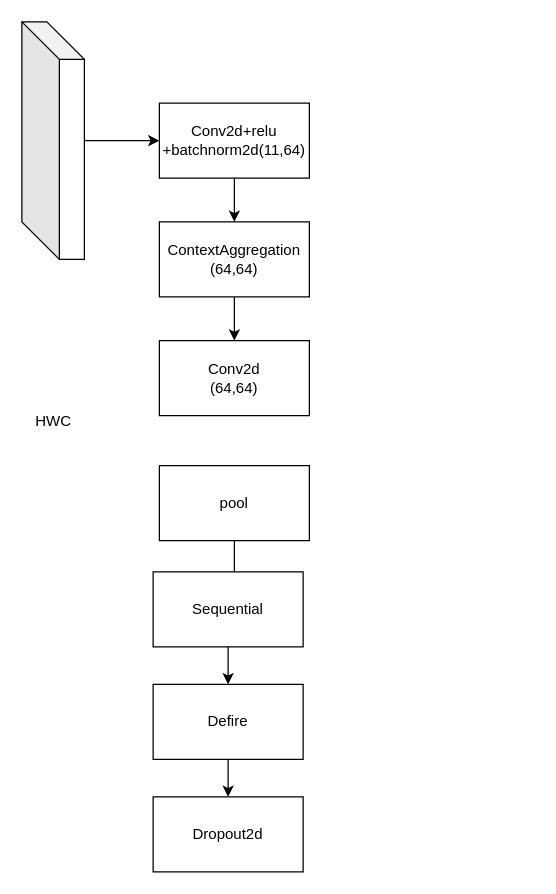
Before: 未命名绘图.drawio in LB157/PhotoLibrary, a draw.io diagram. Source tidied: cells renumbered, new cells numbered last; positions are measured from the earlier drawing's top-left corner, leaving out a move shared by most shapes. Both pictures are drawn from the tidied source at 125%, with x=0, y=0 at pixel (21, 21).
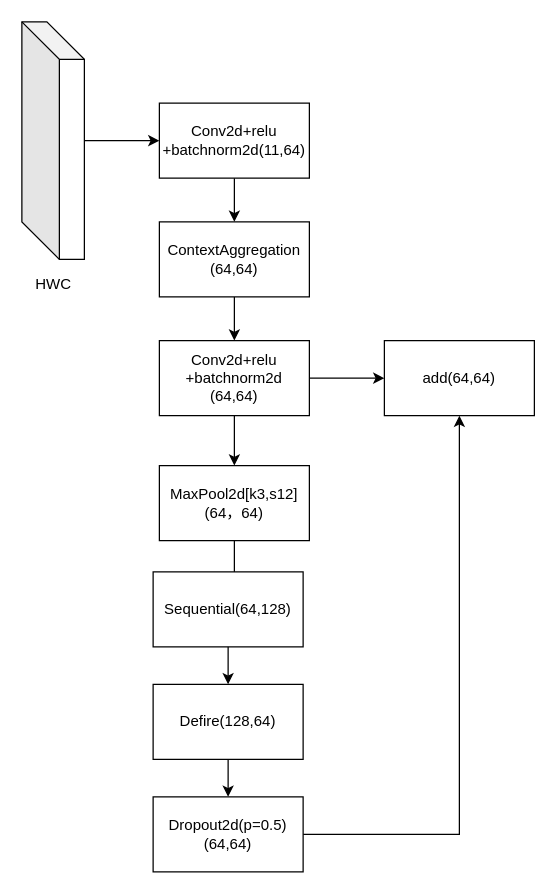
Above is the later version.

Commit message:
特征提取头.drawio

Diff of the diagram source:
```diff
@@
 <mxGraphModel>
   <root>
     <mxCell id="0" />
     <mxCell id="1" parent="0" />
     <mxCell id="2" style="edgeStyle=orthogonalEdgeStyle;rounded=0;jettySize=auto;html=1;" parent="1" edge="1" source="3" target="6">
       <mxGeometry relative="1" as="geometry" />
     </mxCell>
     <mxCell id="3" style="shape=cube;whiteSpace=wrap;html=1;boundedLbl=1;backgroundOutline=1;darkOpacity=0.05;darkOpacity2=0.1;rotation=0;size=30;" parent="1" vertex="1">
       <mxGeometry width="50" height="190" as="geometry" />
     </mxCell>
     <mxCell id="4" value="HWC" style="text;html=1;align=center;verticalAlign=middle;strokeColor=none;fillColor=none;" parent="1" vertex="1">
-      <mxGeometry y="305" width="50" height="30" as="geometry" />
+      <mxGeometry y="195" width="50" height="30" as="geometry" />
     </mxCell>
     <mxCell id="5" style="edgeStyle=orthogonalEdgeStyle;rounded=0;jettySize=auto;html=1;" parent="1" edge="1" source="6" target="8">
       <mxGeometry relative="1" as="geometry" />
     </mxCell>
     <mxCell id="6" value="Conv2d+relu&lt;br&gt;+batchnorm2d(11,64)" style="whiteSpace=wrap;html=1;" parent="1" vertex="1">
       <mxGeometry x="110" y="65" width="120" height="60" as="geometry" />
     </mxCell>
     <mxCell id="7" style="edgeStyle=orthogonalEdgeStyle;rounded=0;jettySize=auto;html=1;" parent="1" edge="1" source="8" target="9">
       <mxGeometry relative="1" as="geometry" />
     </mxCell>
     <mxCell id="8" value="ContextAggregation&lt;br&gt;(64,64)" style="whiteSpace=wrap;html=1;" parent="1" vertex="1">
       <mxGeometry x="110" y="160" width="120" height="60" as="geometry" />
     </mxCell>
+    <mxCell id="16" style="edgeStyle=orthogonalEdgeStyle;rounded=0;jettySize=auto;html=1;" parent="1" edge="1" source="9" target="11">
+      <mxGeometry relative="1" as="geometry" />
+    </mxCell>
+    <mxCell id="17" style="edgeStyle=orthogonalEdgeStyle;rounded=0;jettySize=auto;html=1;entryX=0;entryY=0.5;entryDx=0;entryDy=0;" parent="1" edge="1" source="9" target="19">
+      <mxGeometry relative="1" as="geometry" />
+    </mxCell>
-    <mxCell id="9" value="Conv2d&lt;br&gt;(64,64)" style="whiteSpace=wrap;html=1;" parent="1" vertex="1">
+    <mxCell id="9" value="Conv2d+relu&lt;br&gt;+batchnorm2d&lt;br&gt;(64,64)" style="whiteSpace=wrap;html=1;" parent="1" vertex="1">
       <mxGeometry x="110" y="255" width="120" height="60" as="geometry" />
     </mxCell>
     <mxCell id="10" style="edgeStyle=orthogonalEdgeStyle;rounded=0;jettySize=auto;html=1;" parent="1" edge="1" source="11" target="14">
       <mxGeometry relative="1" as="geometry" />
     </mxCell>
-    <mxCell id="11" value="pool" style="whiteSpace=wrap;html=1;" parent="1" vertex="1">
+    <mxCell id="11" value="MaxPool2d[k3,s12](64，64)" style="whiteSpace=wrap;html=1;" parent="1" vertex="1">
       <mxGeometry x="110" y="355" width="120" height="60" as="geometry" />
     </mxCell>
-    <mxCell id="12" value="Sequential" style="whiteSpace=wrap;html=1;" parent="1" vertex="1">
+    <mxCell id="12" value="Sequential(64,128)" style="whiteSpace=wrap;html=1;" parent="1" vertex="1">
       <mxGeometry x="105" y="440" width="120" height="60" as="geometry" />
     </mxCell>
     <mxCell id="13" style="edgeStyle=orthogonalEdgeStyle;rounded=0;jettySize=auto;html=1;" parent="1" edge="1" source="14" target="15">
       <mxGeometry relative="1" as="geometry" />
     </mxCell>
-    <mxCell id="14" value="Defire" style="whiteSpace=wrap;html=1;" parent="1" vertex="1">
+    <mxCell id="14" value="Defire(128,64)" style="whiteSpace=wrap;html=1;" parent="1" vertex="1">
       <mxGeometry x="105" y="530" width="120" height="60" as="geometry" />
     </mxCell>
+    <mxCell id="18" style="edgeStyle=orthogonalEdgeStyle;rounded=0;jettySize=auto;html=1;" parent="1" edge="1" source="15" target="19">
+      <mxGeometry relative="1" as="geometry" />
+    </mxCell>
-    <mxCell id="15" value="Dropout2d" style="whiteSpace=wrap;html=1;" parent="1" vertex="1">
+    <mxCell id="15" value="Dropout2d(p=0.5)(64,64)" style="whiteSpace=wrap;html=1;" parent="1" vertex="1">
       <mxGeometry x="105" y="620" width="120" height="60" as="geometry" />
     </mxCell>
+    <mxCell id="19" value="add(64,64)" style="whiteSpace=wrap;html=1;" parent="1" vertex="1">
+      <mxGeometry x="290" y="255" width="120" height="60" as="geometry" />
+    </mxCell>
   </root>
 </mxGraphModel>
```
